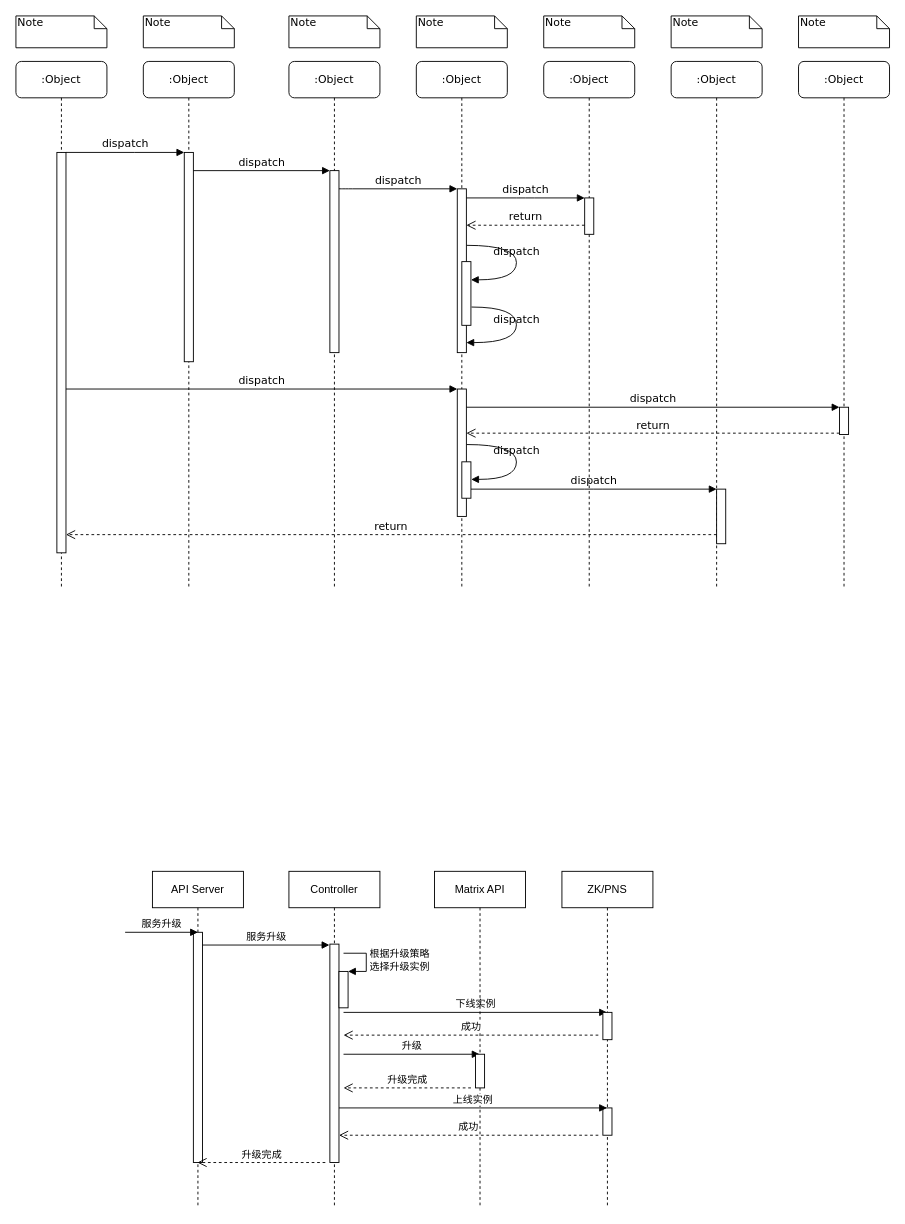
wyuanrui/codesnippet keeps this draw.io diagram as upgrade.drawio. Above is the earlier version. Source tidied: cells renumbered, new cells numbered last; positions are measured from the earlier drawing's top-left corner, leaving out a move shared by most shapes. Both pictures are drawn from the tidied source at 91%, with x=0, y=0 at pixel (15, 15).
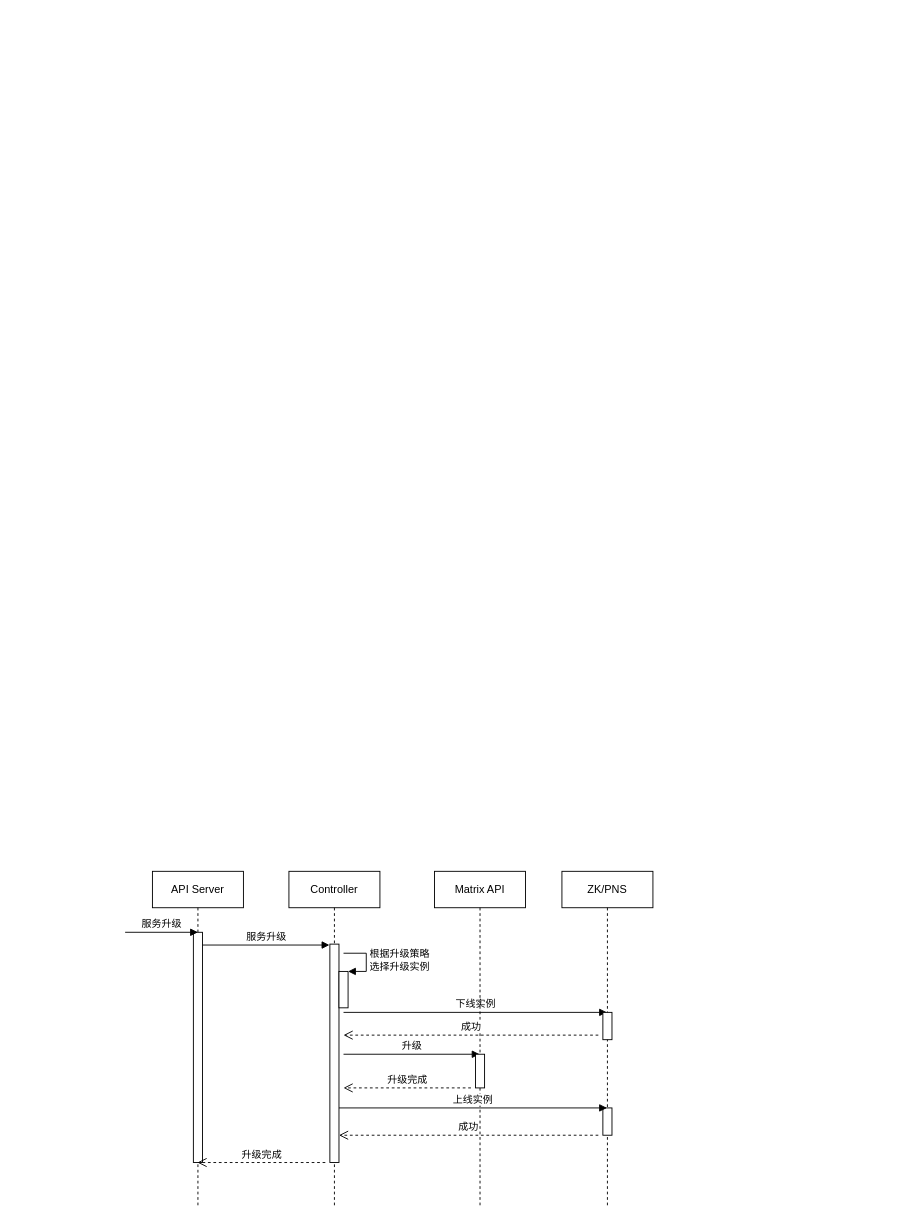
After the change.

Diff of the diagram source:
```diff
@@
-    <mxCell id="2" value=":Object" style="shape=umlLifeline;perimeter=lifelinePerimeter;whiteSpace=wrap;html=1;rounded=1;shadow=0;comic=0;labelBackgroundColor=none;strokeWidth=1;fontFamily=Verdana;fontSize=12;align=center;" parent="1" vertex="1">
-      <mxGeometry x="140" y="50" width="100" height="580" as="geometry" />
-    </mxCell>
-    <mxCell id="3" style="html=1;points=[];perimeter=orthogonalPerimeter;rounded=0;shadow=0;comic=0;labelBackgroundColor=none;strokeWidth=1;fontFamily=Verdana;fontSize=12;align=center;" parent="2" vertex="1">
-      <mxGeometry x="45" y="100" width="10" height="230" as="geometry" />
-    </mxCell>
-    <mxCell id="4" value=":Object" style="shape=umlLifeline;perimeter=lifelinePerimeter;whiteSpace=wrap;html=1;rounded=1;shadow=0;comic=0;labelBackgroundColor=none;strokeWidth=1;fontFamily=Verdana;fontSize=12;align=center;" parent="1" vertex="1">
-      <mxGeometry x="300" y="50" width="100" height="580" as="geometry" />
-    </mxCell>
-    <mxCell id="5" style="html=1;points=[];perimeter=orthogonalPerimeter;rounded=0;shadow=0;comic=0;labelBackgroundColor=none;strokeWidth=1;fontFamily=Verdana;fontSize=12;align=center;" parent="4" vertex="1">
-      <mxGeometry x="45" y="120" width="10" height="200" as="geometry" />
-    </mxCell>
-    <mxCell id="6" value=":Object" style="shape=umlLifeline;perimeter=lifelinePerimeter;whiteSpace=wrap;html=1;rounded=1;shadow=0;comic=0;labelBackgroundColor=none;strokeWidth=1;fontFamily=Verdana;fontSize=12;align=center;" parent="1" vertex="1">
-      <mxGeometry x="440" y="50" width="100" height="580" as="geometry" />
-    </mxCell>
-    <mxCell id="7" value=":Object" style="shape=umlLifeline;perimeter=lifelinePerimeter;whiteSpace=wrap;html=1;rounded=1;shadow=0;comic=0;labelBackgroundColor=none;strokeWidth=1;fontFamily=Verdana;fontSize=12;align=center;" parent="1" vertex="1">
-      <mxGeometry x="580" y="50" width="100" height="580" as="geometry" />
-    </mxCell>
-    <mxCell id="8" value=":Object" style="shape=umlLifeline;perimeter=lifelinePerimeter;whiteSpace=wrap;html=1;rounded=1;shadow=0;comic=0;labelBackgroundColor=none;strokeWidth=1;fontFamily=Verdana;fontSize=12;align=center;" parent="1" vertex="1">
-      <mxGeometry x="720" y="50" width="100" height="580" as="geometry" />
-    </mxCell>
-    <mxCell id="9" value=":Object" style="shape=umlLifeline;perimeter=lifelinePerimeter;whiteSpace=wrap;html=1;rounded=1;shadow=0;comic=0;labelBackgroundColor=none;strokeWidth=1;fontFamily=Verdana;fontSize=12;align=center;" parent="1" vertex="1">
-      <mxGeometry x="860" y="50" width="100" height="580" as="geometry" />
-    </mxCell>
-    <mxCell id="10" value=":Object" style="shape=umlLifeline;perimeter=lifelinePerimeter;whiteSpace=wrap;html=1;rounded=1;shadow=0;comic=0;labelBackgroundColor=none;strokeWidth=1;fontFamily=Verdana;fontSize=12;align=center;" parent="1" vertex="1">
-      <mxGeometry y="50" width="100" height="580" as="geometry" />
-    </mxCell>
-    <mxCell id="11" style="html=1;points=[];perimeter=orthogonalPerimeter;rounded=0;shadow=0;comic=0;labelBackgroundColor=none;strokeWidth=1;fontFamily=Verdana;fontSize=12;align=center;" parent="10" vertex="1">
-      <mxGeometry x="45" y="100" width="10" height="440" as="geometry" />
-    </mxCell>
-    <mxCell id="12" style="html=1;points=[];perimeter=orthogonalPerimeter;rounded=0;shadow=0;comic=0;labelBackgroundColor=none;strokeWidth=1;fontFamily=Verdana;fontSize=12;align=center;" parent="1" vertex="1">
-      <mxGeometry x="485" y="190" width="10" height="180" as="geometry" />
-    </mxCell>
-    <mxCell id="13" value="dispatch" style="html=1;verticalAlign=bottom;endArrow=block;labelBackgroundColor=none;fontFamily=Verdana;fontSize=12;edgeStyle=elbowEdgeStyle;elbow=vertical;" parent="1" edge="1" source="5" target="12">
-      <mxGeometry relative="1" as="geometry">
-        <Array as="points">
-          <mxPoint x="360" y="190" />
-        </Array>
-      </mxGeometry>
-    </mxCell>
-    <mxCell id="14" style="html=1;points=[];perimeter=orthogonalPerimeter;rounded=0;shadow=0;comic=0;labelBackgroundColor=none;strokeWidth=1;fontFamily=Verdana;fontSize=12;align=center;" parent="1" vertex="1">
-      <mxGeometry x="625" y="200" width="10" height="40" as="geometry" />
-    </mxCell>
-    <mxCell id="15" value="dispatch" style="html=1;verticalAlign=bottom;endArrow=block;entryX=0;entryY=0;labelBackgroundColor=none;fontFamily=Verdana;fontSize=12;edgeStyle=elbowEdgeStyle;elbow=vertical;" parent="1" edge="1" source="12" target="14">
-      <mxGeometry relative="1" as="geometry" />
-    </mxCell>
-    <mxCell id="16" value="return" style="html=1;verticalAlign=bottom;endArrow=open;dashed=1;endSize=8;labelBackgroundColor=none;fontFamily=Verdana;fontSize=12;edgeStyle=elbowEdgeStyle;elbow=vertical;" parent="1" edge="1" source="14" target="12">
-      <mxGeometry relative="1" as="geometry">
-        <Array as="points">
-          <mxPoint x="570" y="230" />
-          <mxPoint x="600" y="230" />
-        </Array>
-      </mxGeometry>
-    </mxCell>
-    <mxCell id="17" style="html=1;points=[];perimeter=orthogonalPerimeter;rounded=0;shadow=0;comic=0;labelBackgroundColor=none;strokeWidth=1;fontFamily=Verdana;fontSize=12;align=center;" parent="1" vertex="1">
-      <mxGeometry x="485" y="410" width="10" height="140" as="geometry" />
-    </mxCell>
-    <mxCell id="18" value="dispatch" style="html=1;verticalAlign=bottom;endArrow=block;entryX=0;entryY=0;labelBackgroundColor=none;fontFamily=Verdana;fontSize=12;" parent="1" edge="1" source="11" target="17">
-      <mxGeometry relative="1" as="geometry" />
-    </mxCell>
-    <mxCell id="19" style="html=1;points=[];perimeter=orthogonalPerimeter;rounded=0;shadow=0;comic=0;labelBackgroundColor=none;strokeColor=#000000;strokeWidth=1;fillColor=#FFFFFF;fontFamily=Verdana;fontSize=12;fontColor=#000000;align=center;" parent="1" vertex="1">
-      <mxGeometry x="905" y="430" width="10" height="30" as="geometry" />
-    </mxCell>
-    <mxCell id="20" value="dispatch" style="html=1;verticalAlign=bottom;endArrow=block;entryX=0;entryY=0;labelBackgroundColor=none;fontFamily=Verdana;fontSize=12;" parent="1" edge="1" source="17" target="19">
-      <mxGeometry relative="1" as="geometry" />
-    </mxCell>
-    <mxCell id="21" value="return" style="html=1;verticalAlign=bottom;endArrow=open;dashed=1;endSize=8;exitX=0;exitY=0.95;labelBackgroundColor=none;fontFamily=Verdana;fontSize=12;" parent="1" edge="1" source="19" target="17">
-      <mxGeometry relative="1" as="geometry" />
-    </mxCell>
-    <mxCell id="22" style="html=1;points=[];perimeter=orthogonalPerimeter;rounded=0;shadow=0;comic=0;labelBackgroundColor=none;strokeWidth=1;fontFamily=Verdana;fontSize=12;align=center;" parent="1" vertex="1">
-      <mxGeometry x="770" y="520" width="10" height="60" as="geometry" />
-    </mxCell>
-    <mxCell id="23" value="dispatch" style="html=1;verticalAlign=bottom;endArrow=block;entryX=0;entryY=0;labelBackgroundColor=none;fontFamily=Verdana;fontSize=12;edgeStyle=elbowEdgeStyle;elbow=vertical;" parent="1" edge="1" source="30" target="22">
-      <mxGeometry relative="1" as="geometry" />
-    </mxCell>
-    <mxCell id="24" value="return" style="html=1;verticalAlign=bottom;endArrow=open;dashed=1;endSize=8;labelBackgroundColor=none;fontFamily=Verdana;fontSize=12;edgeStyle=elbowEdgeStyle;elbow=vertical;" parent="1" edge="1" source="22" target="11">
-      <mxGeometry relative="1" as="geometry">
-        <Array as="points">
-          <mxPoint x="470" y="570" />
-        </Array>
-      </mxGeometry>
-    </mxCell>
-    <mxCell id="25" value="dispatch" style="html=1;verticalAlign=bottom;endArrow=block;entryX=0;entryY=0;labelBackgroundColor=none;fontFamily=Verdana;fontSize=12;edgeStyle=elbowEdgeStyle;elbow=vertical;" parent="1" edge="1" source="11" target="3">
-      <mxGeometry relative="1" as="geometry" />
-    </mxCell>
-    <mxCell id="26" value="dispatch" style="html=1;verticalAlign=bottom;endArrow=block;entryX=0;entryY=0;labelBackgroundColor=none;fontFamily=Verdana;fontSize=12;edgeStyle=elbowEdgeStyle;elbow=vertical;" parent="1" edge="1" source="3" target="5">
-      <mxGeometry relative="1" as="geometry" />
-    </mxCell>
-    <mxCell id="27" style="html=1;points=[];perimeter=orthogonalPerimeter;rounded=0;shadow=0;comic=0;labelBackgroundColor=none;strokeWidth=1;fontFamily=Verdana;fontSize=12;align=center;" parent="1" vertex="1">
-      <mxGeometry x="490" y="270" width="10" height="70" as="geometry" />
-    </mxCell>
-    <mxCell id="28" value="dispatch" style="html=1;verticalAlign=bottom;endArrow=block;labelBackgroundColor=none;fontFamily=Verdana;fontSize=12;elbow=vertical;edgeStyle=orthogonalEdgeStyle;curved=1;entryX=1;entryY=0.286;entryPerimeter=0;exitX=1.038;exitY=0.345;exitPerimeter=0;" parent="1" edge="1" source="12" target="27">
-      <mxGeometry relative="1" as="geometry">
-        <Array as="points">
-          <mxPoint x="550" y="252" />
-          <mxPoint x="550" y="290" />
-        </Array>
-      </mxGeometry>
-    </mxCell>
-    <mxCell id="29" value="dispatch" style="html=1;verticalAlign=bottom;endArrow=block;labelBackgroundColor=none;fontFamily=Verdana;fontSize=12;elbow=vertical;edgeStyle=orthogonalEdgeStyle;curved=1;exitX=1.066;exitY=0.713;exitPerimeter=0;" parent="1" edge="1" source="27">
-      <mxGeometry relative="1" as="geometry">
-        <mxPoint x="495" y="359" as="targetPoint" />
-        <Array as="points">
-          <mxPoint x="550" y="320" />
-          <mxPoint x="550" y="359" />
-        </Array>
-      </mxGeometry>
-    </mxCell>
-    <mxCell id="30" style="html=1;points=[];perimeter=orthogonalPerimeter;rounded=0;shadow=0;comic=0;labelBackgroundColor=none;strokeWidth=1;fontFamily=Verdana;fontSize=12;align=center;" parent="1" vertex="1">
-      <mxGeometry x="490" y="490" width="10" height="40" as="geometry" />
-    </mxCell>
-    <mxCell id="31" value="dispatch" style="html=1;verticalAlign=bottom;endArrow=block;labelBackgroundColor=none;fontFamily=Verdana;fontSize=12;elbow=vertical;edgeStyle=orthogonalEdgeStyle;curved=1;entryX=1;entryY=0.286;entryPerimeter=0;exitX=1.038;exitY=0.345;exitPerimeter=0;" parent="1" edge="1">
-      <mxGeometry relative="1" as="geometry">
-        <mxPoint x="495.3" y="471" as="sourcePoint" />
-        <mxPoint x="500.3" y="509.3" as="targetPoint" />
-        <Array as="points">
-          <mxPoint x="550" y="471" />
-          <mxPoint x="550" y="509" />
-        </Array>
-      </mxGeometry>
-    </mxCell>
-    <mxCell id="32" value="Note" style="shape=note;whiteSpace=wrap;html=1;size=14;verticalAlign=top;align=left;spacingTop=-6;rounded=0;shadow=0;comic=0;labelBackgroundColor=none;strokeWidth=1;fontFamily=Verdana;fontSize=12;" parent="1" vertex="1">
-      <mxGeometry width="100" height="35" as="geometry" />
-    </mxCell>
-    <mxCell id="33" value="Note" style="shape=note;whiteSpace=wrap;html=1;size=14;verticalAlign=top;align=left;spacingTop=-6;rounded=0;shadow=0;comic=0;labelBackgroundColor=none;strokeWidth=1;fontFamily=Verdana;fontSize=12;" parent="1" vertex="1">
-      <mxGeometry x="140" width="100" height="35" as="geometry" />
-    </mxCell>
-    <mxCell id="34" value="Note" style="shape=note;whiteSpace=wrap;html=1;size=14;verticalAlign=top;align=left;spacingTop=-6;rounded=0;shadow=0;comic=0;labelBackgroundColor=none;strokeWidth=1;fontFamily=Verdana;fontSize=12;" parent="1" vertex="1">
-      <mxGeometry x="300" width="100" height="35" as="geometry" />
-    </mxCell>
-    <mxCell id="35" value="Note" style="shape=note;whiteSpace=wrap;html=1;size=14;verticalAlign=top;align=left;spacingTop=-6;rounded=0;shadow=0;comic=0;labelBackgroundColor=none;strokeWidth=1;fontFamily=Verdana;fontSize=12;" parent="1" vertex="1">
-      <mxGeometry x="440" width="100" height="35" as="geometry" />
-    </mxCell>
-    <mxCell id="36" value="Note" style="shape=note;whiteSpace=wrap;html=1;size=14;verticalAlign=top;align=left;spacingTop=-6;rounded=0;shadow=0;comic=0;labelBackgroundColor=none;strokeWidth=1;fontFamily=Verdana;fontSize=12;" parent="1" vertex="1">
-      <mxGeometry x="580" width="100" height="35" as="geometry" />
-    </mxCell>
-    <mxCell id="37" value="Note" style="shape=note;whiteSpace=wrap;html=1;size=14;verticalAlign=top;align=left;spacingTop=-6;rounded=0;shadow=0;comic=0;labelBackgroundColor=none;strokeWidth=1;fontFamily=Verdana;fontSize=12;" parent="1" vertex="1">
-      <mxGeometry x="720" width="100" height="35" as="geometry" />
-    </mxCell>
-    <mxCell id="38" value="Note" style="shape=note;whiteSpace=wrap;html=1;size=14;verticalAlign=top;align=left;spacingTop=-6;rounded=0;shadow=0;comic=0;labelBackgroundColor=none;strokeWidth=1;fontFamily=Verdana;fontSize=12;" parent="1" vertex="1">
-      <mxGeometry x="860" width="100" height="35" as="geometry" />
-    </mxCell>
```
